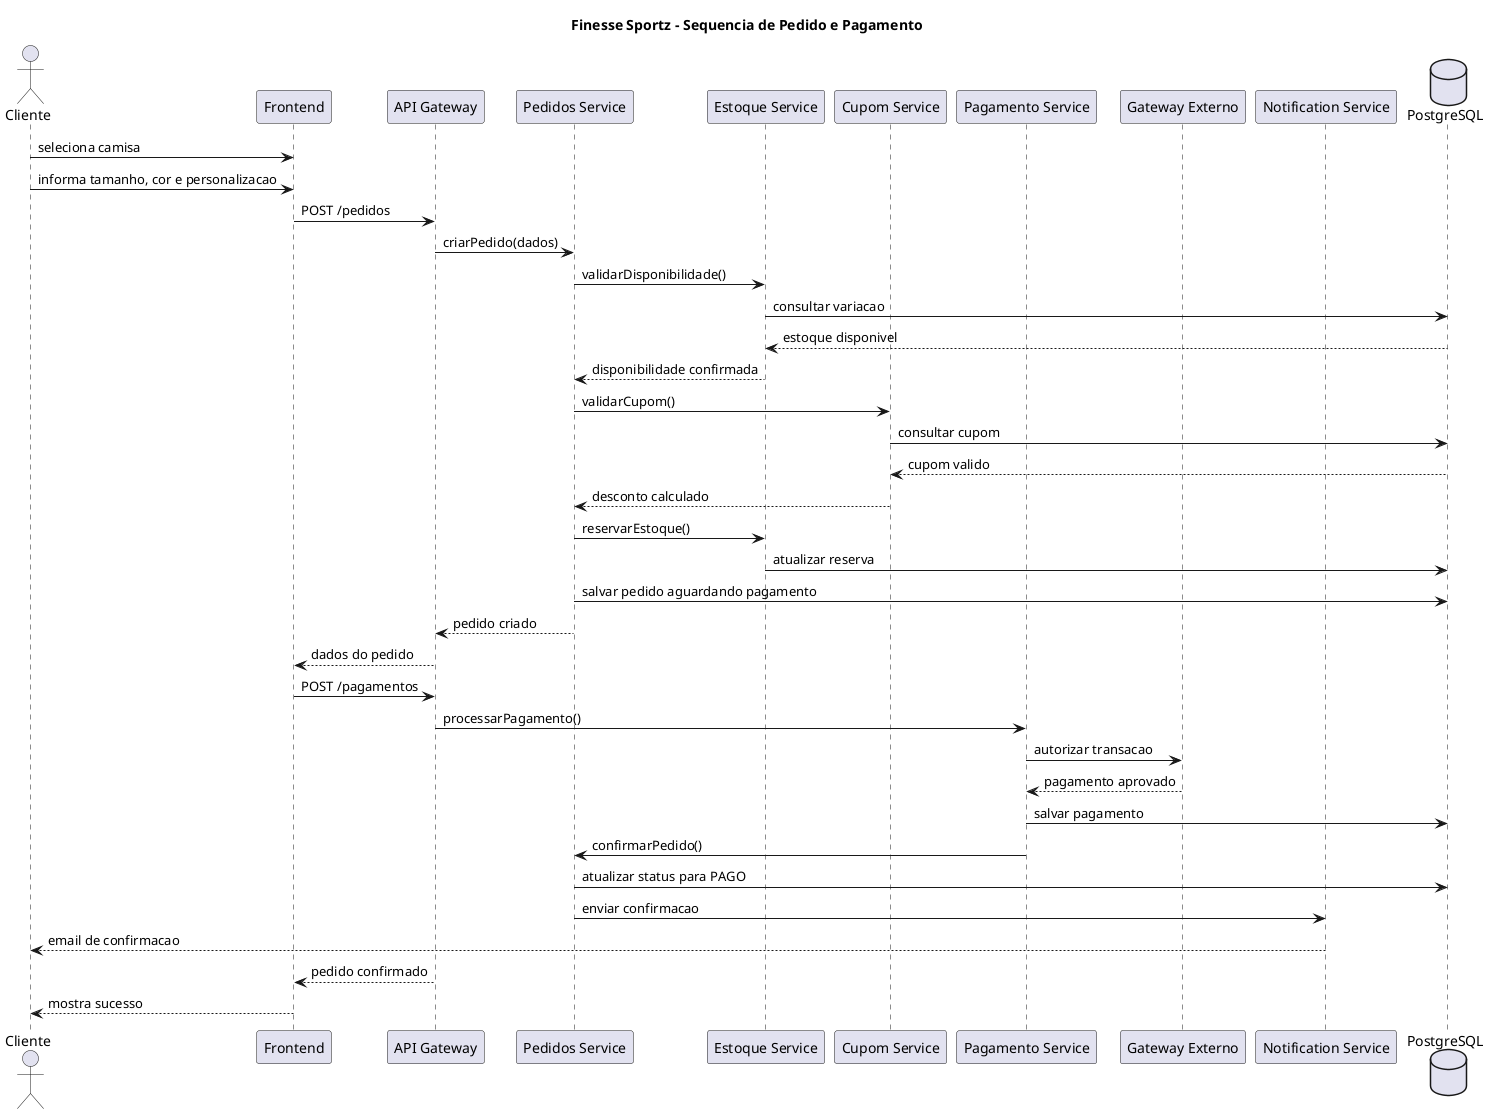
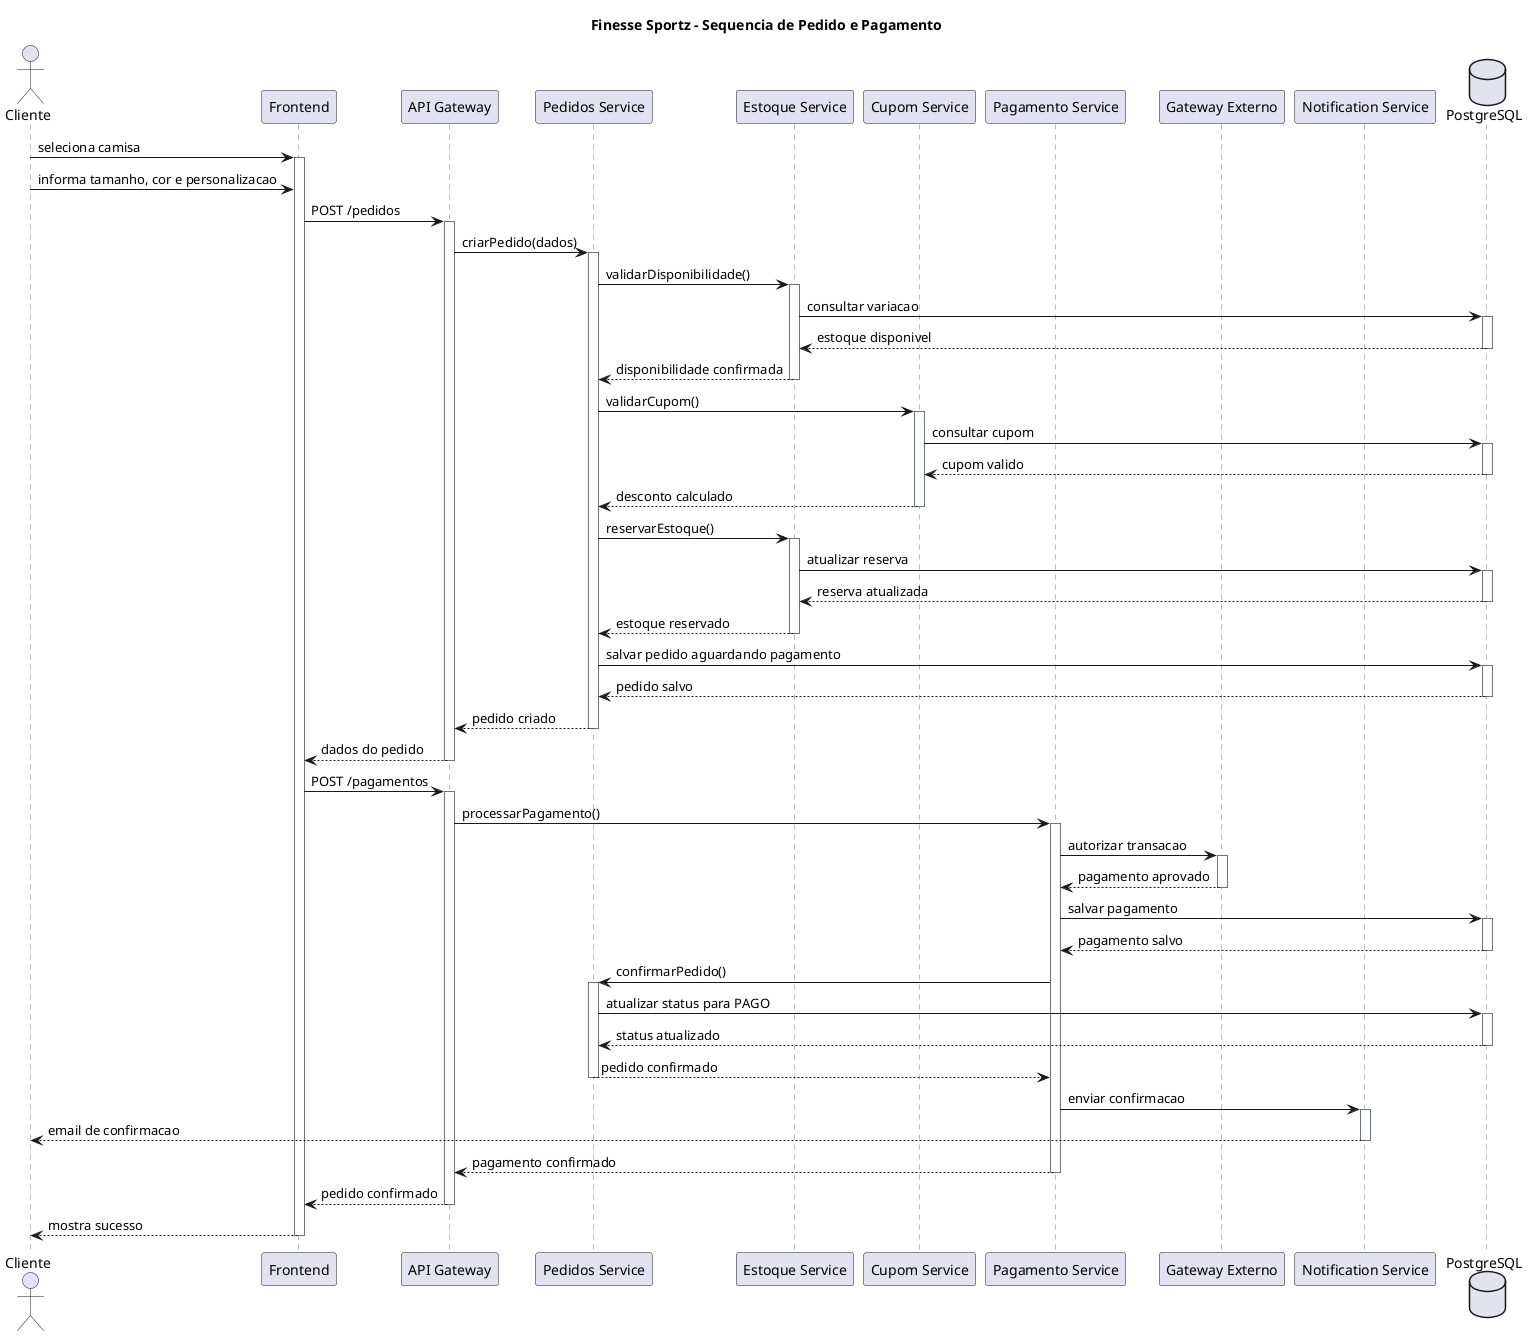
@startuml
title Finesse Sportz - Sequencia de Pedido e Pagamento

skinparam shadowing false
+ skinparam sequence {
+   ActivationBackgroundColor white
+   ActivationBorderColor #343A40
+   LifeLineBorderColor #6C757D
+   LifeLineBackgroundColor white
+ }

actor Cliente
participant "Frontend" as Front
participant "API Gateway" as Gateway
participant "Pedidos Service" as Pedidos
participant "Estoque Service" as Estoque
participant "Cupom Service" as Cupom
participant "Pagamento Service" as Pagamento
participant "Gateway Externo" as GatewayPay
participant "Notification Service" as Notificacao
database "PostgreSQL" as DB

Cliente -> Front : seleciona camisa
+ activate Front #white
Cliente -> Front : informa tamanho, cor e personalizacao
Front -> Gateway : POST /pedidos
+ activate Gateway #white
Gateway -> Pedidos : criarPedido(dados)
+ activate Pedidos #white
Pedidos -> Estoque : validarDisponibilidade()
+ activate Estoque #white
Estoque -> DB : consultar variacao
+ activate DB #white
DB --> Estoque : estoque disponivel
+ deactivate DB
Estoque --> Pedidos : disponibilidade confirmada
+ deactivate Estoque

Pedidos -> Cupom : validarCupom()
+ activate Cupom #white
Cupom -> DB : consultar cupom
+ activate DB #white
DB --> Cupom : cupom valido
+ deactivate DB
Cupom --> Pedidos : desconto calculado
+ deactivate Cupom

Pedidos -> Estoque : reservarEstoque()
+ activate Estoque #white
Estoque -> DB : atualizar reserva
+ activate DB #white
+ DB --> Estoque : reserva atualizada
+ deactivate DB
+ Estoque --> Pedidos : estoque reservado
+ deactivate Estoque
Pedidos -> DB : salvar pedido aguardando pagamento
+ activate DB #white
+ DB --> Pedidos : pedido salvo
+ deactivate DB
Pedidos --> Gateway : pedido criado
+ deactivate Pedidos
Gateway --> Front : dados do pedido
+ deactivate Gateway

Front -> Gateway : POST /pagamentos
+ activate Gateway #white
Gateway -> Pagamento : processarPagamento()
+ activate Pagamento #white
Pagamento -> GatewayPay : autorizar transacao
+ activate GatewayPay #white
GatewayPay --> Pagamento : pagamento aprovado
+ deactivate GatewayPay
Pagamento -> DB : salvar pagamento
+ activate DB #white
+ DB --> Pagamento : pagamento salvo
+ deactivate DB
Pagamento -> Pedidos : confirmarPedido()
+ activate Pedidos #white
Pedidos -> DB : atualizar status para PAGO
- Pedidos -> Notificacao : enviar confirmacao
+ activate DB #white
+ DB --> Pedidos : status atualizado
+ deactivate DB
+ Pedidos --> Pagamento : pedido confirmado
+ deactivate Pedidos
+ Pagamento -> Notificacao : enviar confirmacao
+ activate Notificacao #white
Notificacao --> Cliente : email de confirmacao
+ deactivate Notificacao
+ Pagamento --> Gateway : pagamento confirmado
+ deactivate Pagamento
Gateway --> Front : pedido confirmado
+ deactivate Gateway
Front --> Cliente : mostra sucesso
+ deactivate Front

@enduml

